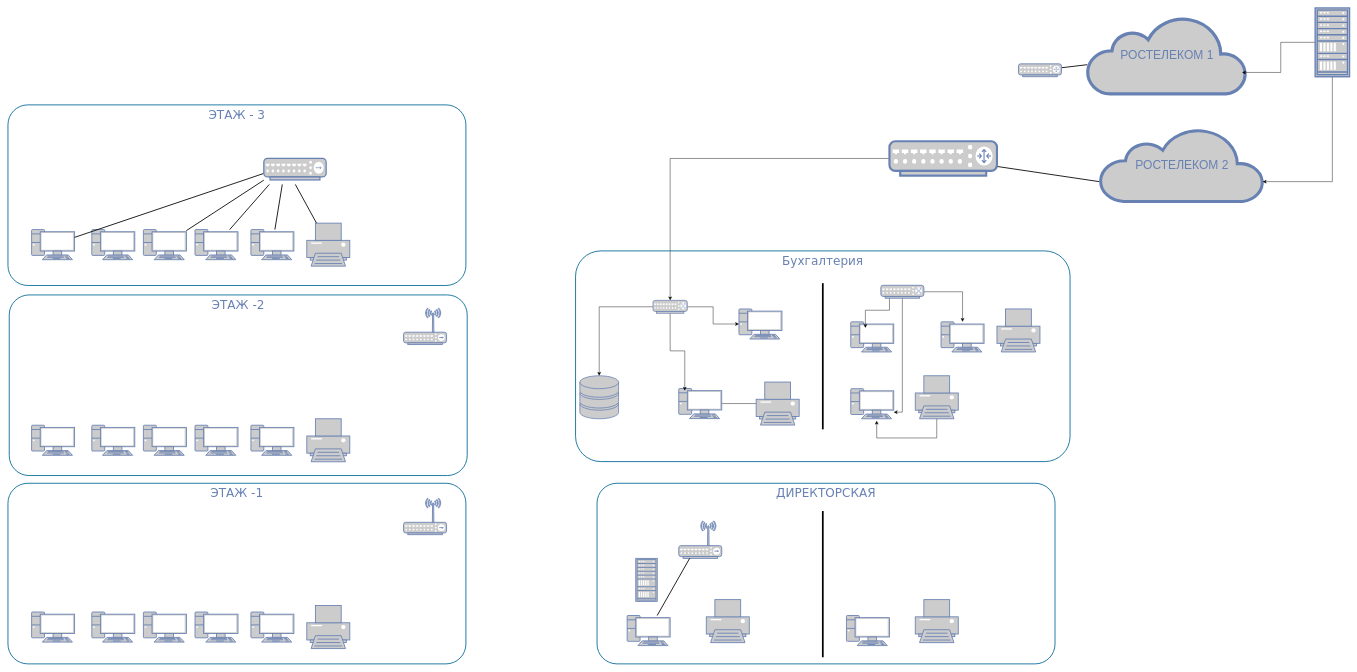
ffedott/TV keeps this draw.io diagram as Интернат.drawio. Above is the earlier version. Source tidied: cells renumbered, new cells numbered last; positions are measured from the earlier drawing's top-left corner, leaving out a move shared by most shapes. Both pictures are drawn from the tidied source at 43%, with x=0, y=0 at pixel (8, 8).
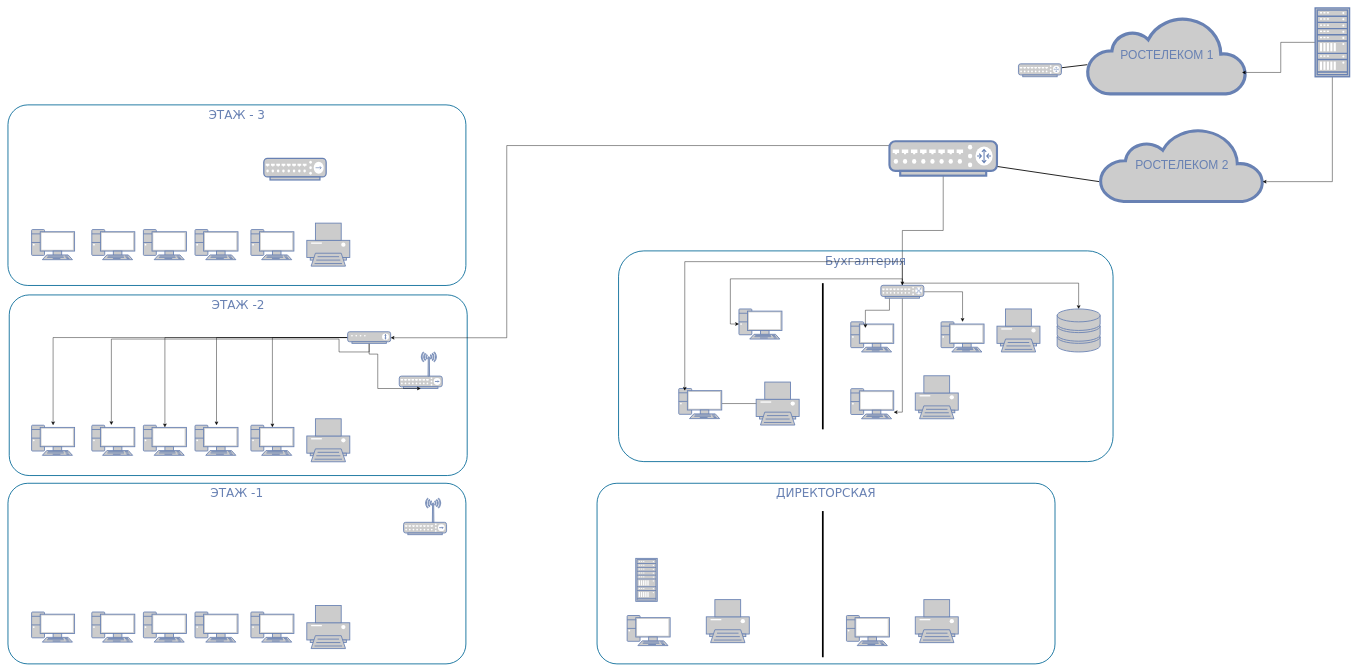
The same page after the edit.

Unchanged cells that the change refers to:
```xml
<mxCell id="4" value="ЭТАЖ -2" style="rounded=1;whiteSpace=wrap;html=1;shadow=0;comic=0;strokeColor=#036897;strokeWidth=2;fillColor=none;fontFamily=Verdana;fontSize=28;fontColor=#6881B3;align=center;arcSize=11;verticalAlign=top;" parent="1" vertex="1">
  <mxGeometry x="3" y="667.4" width="1065" height="420" as="geometry" />
</mxCell>
<mxCell id="8" style="fontColor=#0066CC;verticalAlign=top;verticalLabelPosition=bottom;labelPosition=center;align=center;html=1;fillColor=#CCCCCC;strokeColor=#6881B3;gradientColor=none;gradientDirection=north;strokeWidth=2;shape=mxgraph.networks.router;rounded=0;shadow=0;comic=0;" parent="1" vertex="1">
  <mxGeometry x="2050" y="310" width="250" height="80" as="geometry" />
</mxCell>
<mxCell id="9" style="fontColor=#0066CC;verticalAlign=top;verticalLabelPosition=bottom;labelPosition=center;align=center;html=1;fillColor=#CCCCCC;strokeColor=#6881B3;gradientColor=none;gradientDirection=north;strokeWidth=2;shape=mxgraph.networks.pc;rounded=0;shadow=0;comic=0;" parent="1" vertex="1">
  <mxGeometry x="55" y="515.4" width="100" height="70" as="geometry" />
</mxCell>
<mxCell id="11" style="fontColor=#0066CC;verticalAlign=top;verticalLabelPosition=bottom;labelPosition=center;align=center;html=1;fillColor=#CCCCCC;strokeColor=#6881B3;gradientColor=none;gradientDirection=north;strokeWidth=2;shape=mxgraph.networks.pc;rounded=0;shadow=0;comic=0;" parent="1" vertex="1">
  <mxGeometry x="315" y="515.4" width="100" height="70" as="geometry" />
</mxCell>
<mxCell id="12" style="fontColor=#0066CC;verticalAlign=top;verticalLabelPosition=bottom;labelPosition=center;align=center;html=1;fillColor=#CCCCCC;strokeColor=#6881B3;gradientColor=none;gradientDirection=north;strokeWidth=2;shape=mxgraph.networks.pc;rounded=0;shadow=0;comic=0;" parent="1" vertex="1">
  <mxGeometry x="435" y="515.4" width="100" height="70" as="geometry" />
</mxCell>
<mxCell id="13" style="fontColor=#0066CC;verticalAlign=top;verticalLabelPosition=bottom;labelPosition=center;align=center;html=1;fillColor=#CCCCCC;strokeColor=#6881B3;gradientColor=none;gradientDirection=north;strokeWidth=2;shape=mxgraph.networks.pc;rounded=0;shadow=0;comic=0;" parent="1" vertex="1">
  <mxGeometry x="565" y="515.4" width="100" height="70" as="geometry" />
</mxCell>
<mxCell id="14" style="fontColor=#0066CC;verticalAlign=top;verticalLabelPosition=bottom;labelPosition=center;align=center;html=1;fillColor=#CCCCCC;strokeColor=#6881B3;gradientColor=none;gradientDirection=north;strokeWidth=2;shape=mxgraph.networks.printer;rounded=0;shadow=0;comic=0;" parent="1" vertex="1">
  <mxGeometry x="695" y="500.4" width="100" height="100" as="geometry" />
</mxCell>
<mxCell id="20" style="fontColor=#0066CC;verticalAlign=top;verticalLabelPosition=bottom;labelPosition=center;align=center;html=1;fillColor=#CCCCCC;strokeColor=#6881B3;gradientColor=none;gradientDirection=north;strokeWidth=2;shape=mxgraph.networks.pc;rounded=0;shadow=0;comic=0;" parent="1" vertex="1">
  <mxGeometry x="55" y="970.4" width="100" height="70" as="geometry" />
</mxCell>
<mxCell id="22" style="fontColor=#0066CC;verticalAlign=top;verticalLabelPosition=bottom;labelPosition=center;align=center;html=1;fillColor=#CCCCCC;strokeColor=#6881B3;gradientColor=none;gradientDirection=north;strokeWidth=2;shape=mxgraph.networks.pc;rounded=0;shadow=0;comic=0;" parent="1" vertex="1">
  <mxGeometry x="315" y="970.4" width="100" height="70" as="geometry" />
</mxCell>
<mxCell id="23" style="fontColor=#0066CC;verticalAlign=top;verticalLabelPosition=bottom;labelPosition=center;align=center;html=1;fillColor=#CCCCCC;strokeColor=#6881B3;gradientColor=none;gradientDirection=north;strokeWidth=2;shape=mxgraph.networks.pc;rounded=0;shadow=0;comic=0;" parent="1" vertex="1">
  <mxGeometry x="435" y="970.4" width="100" height="70" as="geometry" />
</mxCell>
<mxCell id="24" style="fontColor=#0066CC;verticalAlign=top;verticalLabelPosition=bottom;labelPosition=center;align=center;html=1;fillColor=#CCCCCC;strokeColor=#6881B3;gradientColor=none;gradientDirection=north;strokeWidth=2;shape=mxgraph.networks.pc;rounded=0;shadow=0;comic=0;" parent="1" vertex="1">
  <mxGeometry x="565" y="970.4" width="100" height="70" as="geometry" />
</mxCell>
<mxCell id="37" style="fontColor=#0066CC;verticalAlign=top;verticalLabelPosition=bottom;labelPosition=center;align=center;html=1;fillColor=#CCCCCC;strokeColor=#6881B3;gradientColor=none;gradientDirection=north;strokeWidth=2;shape=mxgraph.networks.pc;rounded=0;shadow=0;comic=0;" parent="1" vertex="1">
  <mxGeometry x="1440" y="1412.9" width="100" height="70" as="geometry" />
</mxCell>
<mxCell id="45" style="fontColor=#0066CC;verticalAlign=top;verticalLabelPosition=bottom;labelPosition=center;align=center;html=1;fillColor=#CCCCCC;strokeColor=#6881B3;gradientColor=none;gradientDirection=north;strokeWidth=2;shape=mxgraph.networks.pc;rounded=0;shadow=0;comic=0;" parent="1" vertex="1">
  <mxGeometry x="1560" y="885" width="100" height="70" as="geometry" />
</mxCell>
<mxCell id="49" style="fontColor=#0066CC;verticalAlign=top;verticalLabelPosition=bottom;labelPosition=center;align=center;html=1;fillColor=#CCCCCC;strokeColor=#6881B3;gradientColor=none;gradientDirection=north;strokeWidth=2;shape=mxgraph.networks.pc;rounded=0;shadow=0;comic=0;" parent="1" vertex="1">
  <mxGeometry x="1700" y="700" width="100" height="70" as="geometry" />
</mxCell>
<mxCell id="67" style="fontColor=#0066CC;verticalAlign=top;verticalLabelPosition=bottom;labelPosition=center;align=center;html=1;outlineConnect=0;fillColor=#CCCCCC;strokeColor=#6881B3;gradientColor=none;gradientDirection=north;strokeWidth=2;shape=mxgraph.networks.switch;" parent="1" vertex="1">
  <mxGeometry x="2030" y="645" width="100" height="30" as="geometry" />
</mxCell>
<mxCell id="70" style="fontColor=#0066CC;verticalAlign=top;verticalLabelPosition=bottom;labelPosition=center;align=center;html=1;outlineConnect=0;fillColor=#CCCCCC;strokeColor=#6881B3;gradientColor=none;gradientDirection=north;strokeWidth=2;shape=mxgraph.networks.printer;" parent="1" vertex="1">
  <mxGeometry x="2110" y="855.4" width="100" height="100" as="geometry" />
</mxCell>
```

What changed in the source:
```diff
@@
-    <mxCell id="7" style="edgeStyle=orthogonalEdgeStyle;rounded=0;jettySize=auto;html=1;entryX=0.5;entryY=0;entryDx=0;entryDy=0;entryPerimeter=0;" parent="1" edge="1" source="8" target="63">
-      <mxGeometry relative="1" as="geometry" />
-    </mxCell>
+    <mxCell id="71" style="edgeStyle=orthogonalEdgeStyle;rounded=0;jettySize=auto;html=1;" parent="1" edge="1" source="8" target="80">
+      <mxGeometry relative="1" as="geometry">
+        <Array as="points">
+          <mxPoint x="1160" y="320" />
+          <mxPoint x="1160" y="767" />
+        </Array>
+      </mxGeometry>
+    </mxCell>
+    <mxCell id="72" style="edgeStyle=orthogonalEdgeStyle;rounded=0;jettySize=auto;html=1;" parent="1" edge="1" source="8" target="67">
+      <mxGeometry relative="1" as="geometry" />
+    </mxCell>
@@
-    <mxCell id="15" style="edgeStyle=none;html=1;labelBackgroundColor=none;endArrow=none;endFill=0;strokeWidth=2;fontFamily=Verdana;fontSize=15;fontColor=#036897;" parent="1" edge="1" source="9">
-      <mxGeometry relative="1" as="geometry">
-        <mxPoint x="595" y="384.8" as="targetPoint" />
-      </mxGeometry>
-    </mxCell>
-    <mxCell id="16" style="edgeStyle=none;html=1;labelBackgroundColor=none;endArrow=none;endFill=0;strokeWidth=2;fontFamily=Verdana;fontSize=15;fontColor=#036897;" parent="1" edge="1" source="11">
-      <mxGeometry relative="1" as="geometry">
-        <mxPoint x="595" y="400.5" as="targetPoint" />
-      </mxGeometry>
-    </mxCell>
-    <mxCell id="17" style="edgeStyle=none;html=1;labelBackgroundColor=none;endArrow=none;endFill=0;strokeWidth=2;fontFamily=Verdana;fontSize=15;fontColor=#036897;" parent="1" edge="1" source="12">
-      <mxGeometry relative="1" as="geometry">
-        <mxPoint x="607.7" y="410.4" as="targetPoint" />
-      </mxGeometry>
-    </mxCell>
-    <mxCell id="18" style="edgeStyle=none;html=1;labelBackgroundColor=none;endArrow=none;endFill=0;strokeWidth=2;fontFamily=Verdana;fontSize=15;fontColor=#036897;" parent="1" edge="1" source="13">
-      <mxGeometry relative="1" as="geometry">
-        <mxPoint x="638" y="410.4" as="targetPoint" />
-      </mxGeometry>
-    </mxCell>
-    <mxCell id="19" style="edgeStyle=none;html=1;labelBackgroundColor=none;endArrow=none;endFill=0;strokeWidth=2;fontFamily=Verdana;fontSize=15;fontColor=#036897;" parent="1" edge="1" source="14">
-      <mxGeometry relative="1" as="geometry">
-        <mxPoint x="668.3" y="410.4" as="targetPoint" />
-      </mxGeometry>
-    </mxCell>
@@
     <mxCell id="26" style="fontColor=#0066CC;verticalAlign=top;verticalLabelPosition=bottom;labelPosition=center;align=center;html=1;fillColor=#CCCCCC;strokeColor=#6881B3;gradientColor=none;gradientDirection=north;strokeWidth=2;shape=mxgraph.networks.wireless_hub;rounded=0;shadow=0;comic=0;" parent="1" vertex="1">
-      <mxGeometry x="920" y="697.9" width="100" height="85" as="geometry" />
+      <mxGeometry x="910" y="800" width="100" height="85" as="geometry" />
     </mxCell>
@@
-    <mxCell id="40" style="fontColor=#0066CC;verticalAlign=top;verticalLabelPosition=bottom;labelPosition=center;align=center;html=1;fillColor=#CCCCCC;strokeColor=#6881B3;gradientColor=none;gradientDirection=north;strokeWidth=2;shape=mxgraph.networks.wireless_hub;rounded=0;shadow=0;comic=0;" parent="1" vertex="1">
-      <mxGeometry x="1560" y="1192.9" width="100" height="87.1" as="geometry" />
-    </mxCell>
-    <mxCell id="41" style="edgeStyle=none;html=1;labelBackgroundColor=none;endArrow=none;endFill=0;strokeWidth=2;fontFamily=Verdana;fontSize=15;fontColor=#036897;" parent="1" edge="1" source="37" target="40">
-      <mxGeometry relative="1" as="geometry" />
-    </mxCell>
@@
     <mxCell id="43" value="&lt;div&gt;Бухгалтерия&lt;/div&gt;&lt;div&gt;&lt;br&gt;&lt;/div&gt;&lt;div&gt;&lt;br&gt;&lt;/div&gt;" style="rounded=1;whiteSpace=wrap;html=1;shadow=0;comic=0;strokeColor=#036897;strokeWidth=2;fillColor=none;fontFamily=Verdana;fontSize=28;fontColor=#6881B3;align=center;arcSize=12;verticalAlign=top;" parent="1" vertex="1">
-      <mxGeometry x="1320" y="565" width="1150" height="490" as="geometry" />
+      <mxGeometry x="1420" y="565" width="1150" height="490" as="geometry" />
     </mxCell>
@@
-    <mxCell id="59" style="fontColor=#0066CC;verticalAlign=top;verticalLabelPosition=bottom;labelPosition=center;align=center;html=1;outlineConnect=0;fillColor=#CCCCCC;strokeColor=#6881B3;gradientColor=none;gradientDirection=north;strokeWidth=2;shape=mxgraph.networks.storage;" parent="1" vertex="1">
-      <mxGeometry x="1330" y="855.4" width="90" height="100" as="geometry" />
-    </mxCell>
-    <mxCell id="60" style="edgeStyle=orthogonalEdgeStyle;rounded=0;jettySize=auto;html=1;exitX=1;exitY=0.5;exitDx=0;exitDy=0;exitPerimeter=0;entryX=0;entryY=0.5;entryDx=0;entryDy=0;entryPerimeter=0;" parent="1" edge="1" source="63" target="49">
-      <mxGeometry relative="1" as="geometry" />
+    <mxCell id="60" style="edgeStyle=orthogonalEdgeStyle;rounded=0;jettySize=auto;html=1;entryX=0;entryY=0.5;entryDx=0;entryDy=0;entryPerimeter=0;" parent="1" edge="1" source="67" target="49">
+      <mxGeometry relative="1" as="geometry">
+        <Array as="points">
+          <mxPoint x="2080" y="630" />
+          <mxPoint x="1680" y="630" />
+          <mxPoint x="1680" y="735" />
+        </Array>
+      </mxGeometry>
     </mxCell>
-    <mxCell id="61" style="edgeStyle=orthogonalEdgeStyle;rounded=0;jettySize=auto;html=1;" parent="1" edge="1" source="63" target="59">
-      <mxGeometry relative="1" as="geometry" />
-    </mxCell>
-    <mxCell id="62" style="edgeStyle=orthogonalEdgeStyle;rounded=0;jettySize=auto;html=1;entryX=0.14;entryY=0.071;entryDx=0;entryDy=0;entryPerimeter=0;" parent="1" edge="1" source="63" target="45">
-      <mxGeometry relative="1" as="geometry" />
+    <mxCell id="62" style="edgeStyle=orthogonalEdgeStyle;rounded=0;jettySize=auto;html=1;entryX=0.14;entryY=0.071;entryDx=0;entryDy=0;entryPerimeter=0;" parent="1" edge="1" source="67" target="45">
+      <mxGeometry relative="1" as="geometry">
+        <Array as="points">
+          <mxPoint x="2080" y="590" />
+          <mxPoint x="1574" y="590" />
+        </Array>
+      </mxGeometry>
     </mxCell>
-    <mxCell id="63" style="fontColor=#0066CC;verticalAlign=top;verticalLabelPosition=bottom;labelPosition=center;align=center;html=1;outlineConnect=0;fillColor=#CCCCCC;strokeColor=#6881B3;gradientColor=none;gradientDirection=north;strokeWidth=2;shape=mxgraph.networks.switch;" parent="1" vertex="1">
-      <mxGeometry x="1500" y="680" width="80" height="30" as="geometry" />
-    </mxCell>
@@
+    <mxCell id="73" style="edgeStyle=orthogonalEdgeStyle;rounded=0;jettySize=auto;html=1;entryX=0.5;entryY=0;entryDx=0;entryDy=0;entryPerimeter=0;" parent="1" edge="1" source="67" target="81">
+      <mxGeometry relative="1" as="geometry">
+        <Array as="points">
+          <mxPoint x="2080" y="640" />
+          <mxPoint x="2490" y="640" />
+        </Array>
+      </mxGeometry>
+    </mxCell>
@@
-    <mxCell id="69" style="edgeStyle=orthogonalEdgeStyle;rounded=0;jettySize=auto;html=1;entryX=0.609;entryY=0.806;entryDx=0;entryDy=0;entryPerimeter=0;" parent="1" edge="1" source="70" target="43">
-      <mxGeometry relative="1" as="geometry">
-        <Array as="points">
-          <mxPoint x="2160" y="1000" />
-          <mxPoint x="2020" y="1000" />
-        </Array>
-      </mxGeometry>
-    </mxCell>
@@
+    <mxCell id="74" style="edgeStyle=orthogonalEdgeStyle;rounded=0;jettySize=auto;html=1;entryX=0.5;entryY=1;entryDx=0;entryDy=0;entryPerimeter=0;" parent="1" edge="1" source="80" target="26">
+      <mxGeometry relative="1" as="geometry">
+        <Array as="points">
+          <mxPoint x="840" y="805" />
+          <mxPoint x="860" y="805" />
+          <mxPoint x="860" y="885" />
+        </Array>
+      </mxGeometry>
+    </mxCell>
+    <mxCell id="75" style="edgeStyle=orthogonalEdgeStyle;rounded=0;jettySize=auto;html=1;entryX=0.5;entryY=0.07;entryDx=0;entryDy=0;entryPerimeter=0;" parent="1" edge="1" source="80" target="22">
+      <mxGeometry relative="1" as="geometry" />
+    </mxCell>
+    <mxCell id="76" style="edgeStyle=orthogonalEdgeStyle;rounded=0;jettySize=auto;html=1;" parent="1" edge="1" source="80" target="23">
+      <mxGeometry relative="1" as="geometry" />
+    </mxCell>
+    <mxCell id="77" style="edgeStyle=orthogonalEdgeStyle;rounded=0;jettySize=auto;html=1;entryX=0.5;entryY=0.07;entryDx=0;entryDy=0;entryPerimeter=0;" parent="1" edge="1" source="80" target="24">
+      <mxGeometry relative="1" as="geometry" />
+    </mxCell>
+    <mxCell id="78" style="edgeStyle=orthogonalEdgeStyle;rounded=0;jettySize=auto;html=1;entryX=0.223;entryY=0.72;entryDx=0;entryDy=0;entryPerimeter=0;" parent="1" edge="1" source="80" target="4">
+      <mxGeometry relative="1" as="geometry">
+        <Array as="points">
+          <mxPoint x="840" y="800" />
+          <mxPoint x="770" y="800" />
+          <mxPoint x="770" y="770" />
+          <mxPoint x="241" y="770" />
+        </Array>
+      </mxGeometry>
+    </mxCell>
+    <mxCell id="79" style="edgeStyle=orthogonalEdgeStyle;rounded=0;jettySize=auto;html=1;" parent="1" edge="1" source="80" target="20">
+      <mxGeometry relative="1" as="geometry" />
+    </mxCell>
+    <mxCell id="80" style="fontColor=#0066CC;verticalAlign=top;verticalLabelPosition=bottom;labelPosition=center;align=center;html=1;outlineConnect=0;fillColor=#CCCCCC;strokeColor=#6881B3;gradientColor=none;gradientDirection=north;strokeWidth=2;shape=mxgraph.networks.modem;" parent="1" vertex="1">
+      <mxGeometry x="790" y="753" width="100" height="27" as="geometry" />
+    </mxCell>
+    <mxCell id="81" style="fontColor=#0066CC;verticalAlign=top;verticalLabelPosition=bottom;labelPosition=center;align=center;html=1;outlineConnect=0;fillColor=#CCCCCC;strokeColor=#6881B3;gradientColor=none;gradientDirection=north;strokeWidth=2;shape=mxgraph.networks.storage;" parent="1" vertex="1">
+      <mxGeometry x="2440" y="700" width="100" height="100" as="geometry" />
+    </mxCell>
```
